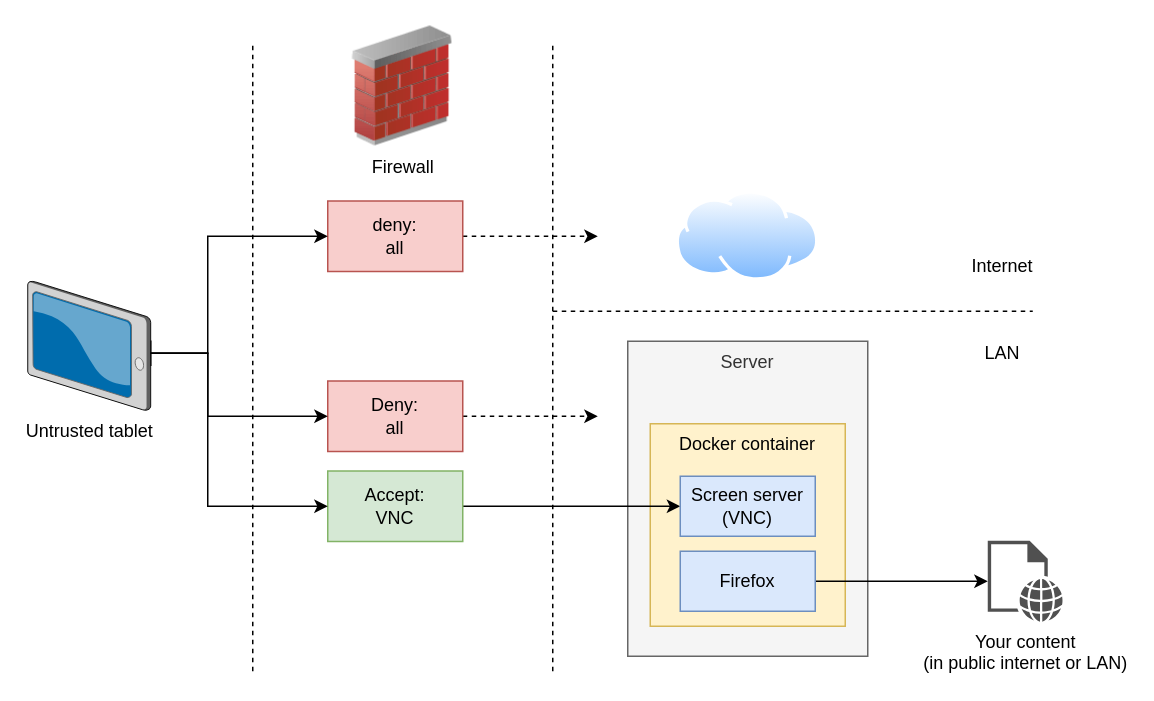
Before: docs/network-drawing.drawio in function61/screen-server, a draw.io diagram. Source tidied: cells renumbered, new cells numbered last; positions are measured from the earlier drawing's top-left corner, leaving out a move shared by most shapes. Both pictures are drawn from the tidied source at 150%, with x=0, y=0 at pixel (27, 26).
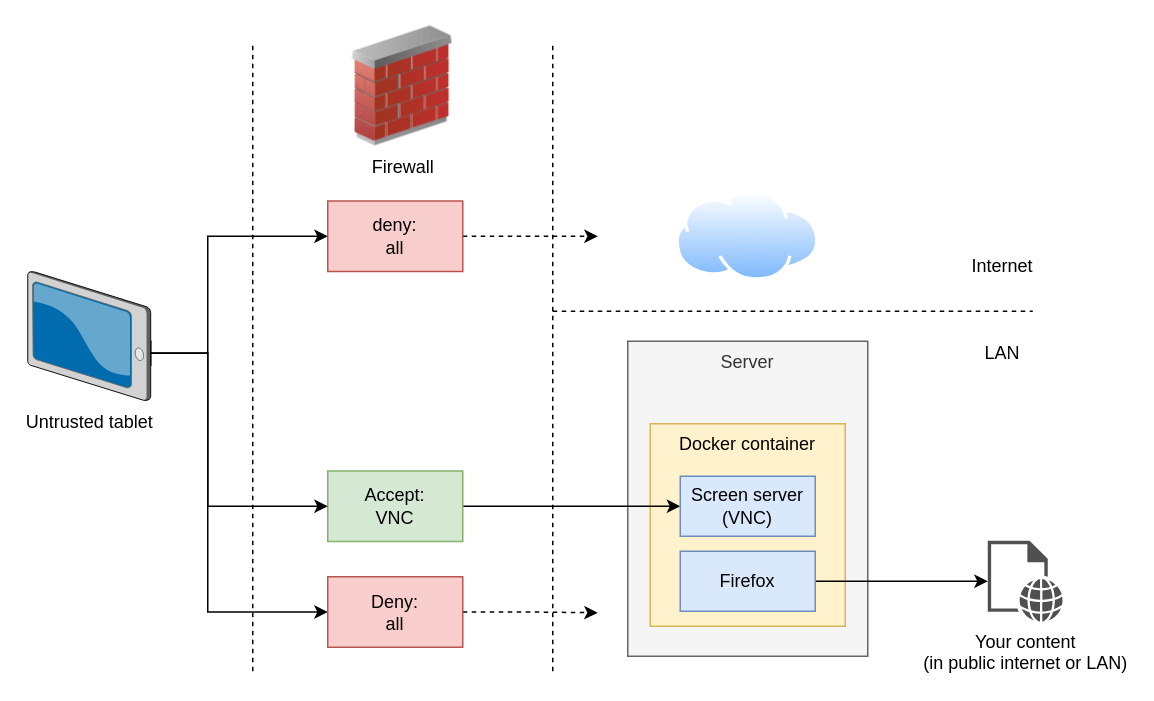
The same diagram, later.

Commit message (it also covers changes not shown here):
firewalls usually have accept rule first

The change refers to these unchanged cells:
```xml
<mxCell id="4" style="rounded=0;whiteSpace=wrap;html=1;" parent="1" vertex="1">
  <mxGeometry x="62" y="210" width="20" height="16" as="geometry" />
</mxCell>
```

Change to the diagram source:
```diff
@@
+    <mxCell id="17" style="edgeStyle=orthogonalEdgeStyle;rounded=0;jettySize=auto;html=1;exitX=1;exitY=0.5;exitDx=0;exitDy=0;entryX=0;entryY=0.5;entryDx=0;entryDy=0;" parent="1" edge="1" source="4" target="13">
+      <mxGeometry relative="1" as="geometry">
+        <Array as="points">
+          <mxPoint x="120" y="218" />
+          <mxPoint x="120" y="391" />
+        </Array>
+      </mxGeometry>
+    </mxCell>
@@
     <mxCell id="5" value="Untrusted tablet" style="verticalLabelPosition=bottom;html=1;verticalAlign=top;strokeColor=none;align=center;shape=mxgraph.citrix.tablet_2;" parent="1" vertex="1">
-      <mxGeometry y="170" width="82" height="86" as="geometry" />
+      <mxGeometry y="163.5" width="82" height="86" as="geometry" />
     </mxCell>
@@
-    <mxCell id="12" style="edgeStyle=orthogonalEdgeStyle;rounded=0;jettySize=auto;html=1;exitX=1;exitY=0.5;exitDx=0;exitDy=0;dashed=1;" parent="1" edge="1" source="13">
-      <mxGeometry relative="1" as="geometry">
-        <mxPoint x="380" y="260" as="targetPoint" />
-      </mxGeometry>
-    </mxCell>
+    <mxCell id="26" style="edgeStyle=orthogonalEdgeStyle;rounded=0;jettySize=auto;html=1;exitX=1;exitY=0.5;exitDx=0;exitDy=0;dashed=1;" parent="1" edge="1" source="13">
+      <mxGeometry relative="1" as="geometry">
+        <mxPoint x="380" y="391" as="targetPoint" />
+        <Array as="points">
+          <mxPoint x="335" y="390" />
+        </Array>
+      </mxGeometry>
+    </mxCell>
     <mxCell id="13" value="Deny:&lt;br&gt;all" style="rounded=0;whiteSpace=wrap;html=1;fillColor=#f8cecc;strokeColor=#b85450;" parent="1" vertex="1">
-      <mxGeometry x="200" y="236.5" width="90" height="47" as="geometry" />
+      <mxGeometry x="200" y="367" width="90" height="47" as="geometry" />
     </mxCell>
@@
-    <mxCell id="17" style="edgeStyle=orthogonalEdgeStyle;rounded=0;jettySize=auto;html=1;exitX=1;exitY=0.5;exitDx=0;exitDy=0;entryX=0;entryY=0.5;entryDx=0;entryDy=0;" parent="1" edge="1" source="4" target="13">
-      <mxGeometry relative="1" as="geometry">
-        <Array as="points">
-          <mxPoint x="120" y="218" />
-          <mxPoint x="120" y="260" />
-        </Array>
-      </mxGeometry>
-    </mxCell>
```
